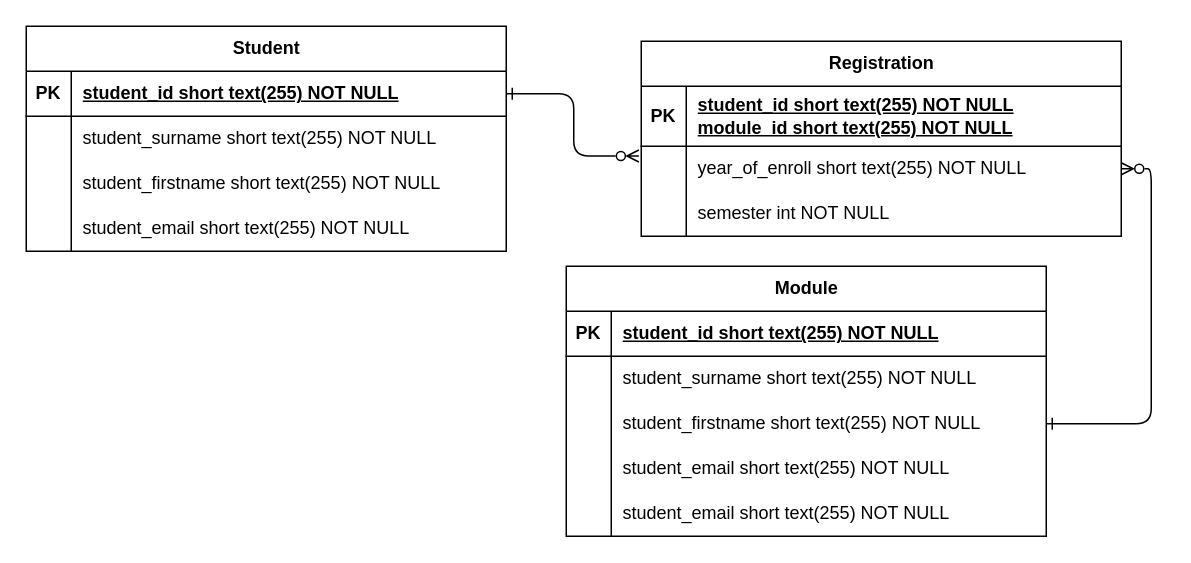
This is Database Diagram.drawio from pol-pm/codespace, a draw.io file, before an edit. Source tidied: cells renumbered, new cells numbered last; positions are measured from the earlier drawing's top-left corner, leaving out a move shared by most shapes. Both pictures are drawn from the tidied source at 150%, with x=0, y=0 at pixel (26, 26).
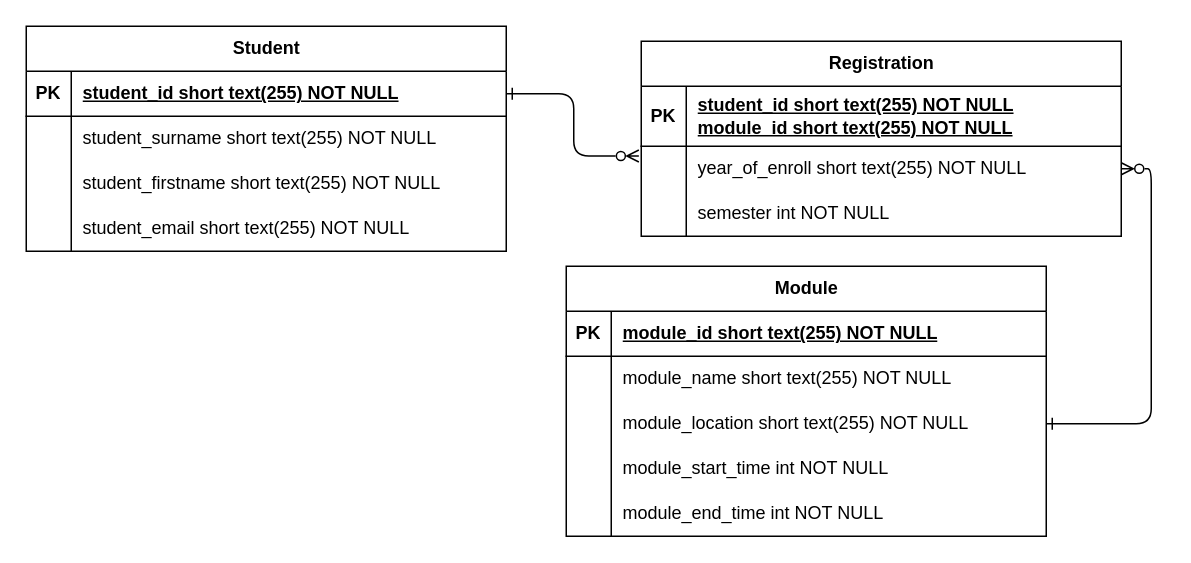
The same page after the edit.

Unchanged cells that the change refers to:
```xml
<mxCell id="27" style="shape=tableRow;horizontal=0;startSize=0;swimlaneHead=0;swimlaneBody=0;fillColor=none;top=0;left=0;right=0;bottom=1;" parent="26" vertex="1">
  <mxGeometry y="30" width="320" height="30" as="geometry" />
</mxCell>
<mxCell id="30" style="shape=tableRow;horizontal=0;startSize=0;swimlaneHead=0;swimlaneBody=0;fillColor=none;top=0;left=0;right=0;bottom=0;" parent="26" vertex="1">
  <mxGeometry y="60" width="320" height="30" as="geometry" />
</mxCell>
<mxCell id="33" style="shape=tableRow;horizontal=0;startSize=0;swimlaneHead=0;swimlaneBody=0;fillColor=none;points=[[0,0.5],[1,0.5]];portConstraint=eastwest;top=0;left=0;right=0;bottom=0;" parent="26" vertex="1">
  <mxGeometry y="90" width="320" height="30" as="geometry" />
</mxCell>
<mxCell id="36" style="shape=tableRow;horizontal=0;startSize=0;swimlaneHead=0;swimlaneBody=0;fillColor=none;top=0;left=0;right=0;bottom=0;" parent="26" vertex="1">
  <mxGeometry y="120" width="320" height="30" as="geometry" />
</mxCell>
<mxCell id="39" style="shape=tableRow;horizontal=0;startSize=0;swimlaneHead=0;swimlaneBody=0;fillColor=none;top=0;left=0;right=0;bottom=0;" parent="26" vertex="1">
  <mxGeometry y="150" width="320" height="30" as="geometry" />
</mxCell>
```

The edit, as a diff of the source:
```diff
@@
-    <mxCell id="29" value="student_id short text(255) NOT NULL" style="shape=partialRectangle;fillColor=none;top=0;left=0;bottom=0;right=0;align=left;spacingLeft=6;fontStyle=5;overflow=hidden;whiteSpace=wrap;html=1;" parent="27" vertex="1">
+    <mxCell id="29" value="module_id short text(255) NOT NULL" style="shape=partialRectangle;fillColor=none;top=0;left=0;bottom=0;right=0;align=left;spacingLeft=6;fontStyle=5;overflow=hidden;whiteSpace=wrap;html=1;" parent="27" vertex="1">
       <mxGeometry x="30" width="290" height="30" as="geometry" />
     </mxCell>
@@
-    <mxCell id="32" value="student_surname short text(255) NOT NULL" style="shape=partialRectangle;fillColor=none;top=0;left=0;bottom=0;right=0;align=left;spacingLeft=6;overflow=hidden;whiteSpace=wrap;html=1;" parent="30" vertex="1">
+    <mxCell id="32" value="module_name&amp;nbsp;short text(255) NOT NULL" style="shape=partialRectangle;fillColor=none;top=0;left=0;bottom=0;right=0;align=left;spacingLeft=6;overflow=hidden;whiteSpace=wrap;html=1;" parent="30" vertex="1">
       <mxGeometry x="30" width="290" height="30" as="geometry" />
     </mxCell>
@@
-    <mxCell id="35" value="student_firstname short text(255) NOT NULL" style="shape=partialRectangle;fillColor=none;top=0;left=0;bottom=0;right=0;align=left;spacingLeft=6;overflow=hidden;whiteSpace=wrap;html=1;" parent="33" vertex="1">
+    <mxCell id="35" value="module_location short text(255) NOT NULL" style="shape=partialRectangle;fillColor=none;top=0;left=0;bottom=0;right=0;align=left;spacingLeft=6;overflow=hidden;whiteSpace=wrap;html=1;" parent="33" vertex="1">
       <mxGeometry x="30" width="290" height="30" as="geometry" />
     </mxCell>
@@
-    <mxCell id="38" value="student_email short text(255) NOT NULL" style="shape=partialRectangle;fillColor=none;top=0;left=0;bottom=0;right=0;align=left;spacingLeft=6;overflow=hidden;whiteSpace=wrap;html=1;" parent="36" vertex="1">
+    <mxCell id="38" value="module_start_time int NOT NULL" style="shape=partialRectangle;fillColor=none;top=0;left=0;bottom=0;right=0;align=left;spacingLeft=6;overflow=hidden;whiteSpace=wrap;html=1;" parent="36" vertex="1">
       <mxGeometry x="30" width="290" height="30" as="geometry" />
     </mxCell>
@@
-    <mxCell id="41" value="student_email short text(255) NOT NULL" style="shape=partialRectangle;fillColor=none;top=0;left=0;bottom=0;right=0;align=left;spacingLeft=6;overflow=hidden;whiteSpace=wrap;html=1;" parent="39" vertex="1">
+    <mxCell id="41" value="module_end_time int NOT NULL" style="shape=partialRectangle;fillColor=none;top=0;left=0;bottom=0;right=0;align=left;spacingLeft=6;overflow=hidden;whiteSpace=wrap;html=1;" parent="39" vertex="1">
       <mxGeometry x="30" width="290" height="30" as="geometry" />
     </mxCell>
```
